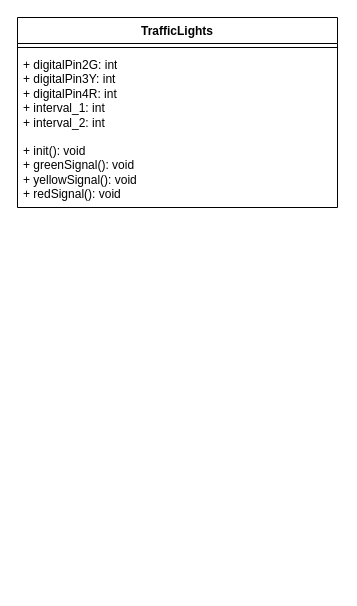
Before: ClassDiagram.drawio in SamRB-dev/Traffic_Light_System, a draw.io diagram. Source tidied: cells renumbered, new cells numbered last; positions are measured from the earlier drawing's top-left corner, leaving out a move shared by most shapes. Both pictures are drawn from the tidied source at 100%, with x=0, y=0 at pixel (17, 17).
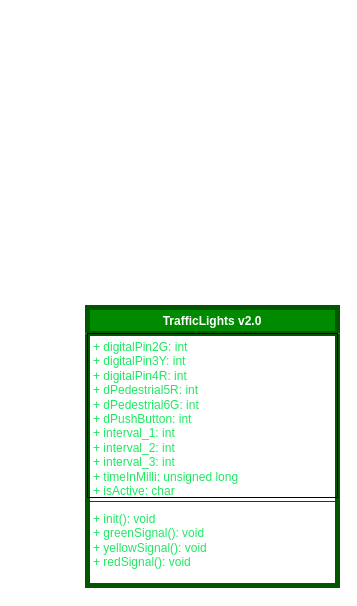
After the change.

Change to the diagram source:
```diff
@@
-<mxGraphModel>
+<mxGraphModel background="#ffffff">
   <root>
     <mxCell id="0" />
     <mxCell id="1" parent="0" />
-    <mxCell id="2" value="TrafficLights" style="swimlane;fontStyle=1;align=center;verticalAlign=top;horizontal=1;startSize=26;whiteSpace=wrap;html=1;" parent="1" vertex="1">
-      <mxGeometry width="320" height="190" as="geometry" />
-    </mxCell>
-    <mxCell id="3" style="line;strokeWidth=1;fillColor=none;align=left;verticalAlign=middle;spacingTop=-1;spacingLeft=3;spacingRight=3;labelPosition=right;strokeColor=inherit;" parent="2" vertex="1">
-      <mxGeometry y="26" width="320" height="8" as="geometry" />
-    </mxCell>
-    <mxCell id="4" value="&lt;div&gt;+ digitalPin2G: int&lt;/div&gt;&lt;div&gt;+ digitalPin3Y: int&lt;/div&gt;&lt;div&gt;+ digitalPin4R: int&lt;/div&gt;&lt;div&gt;+ interval_1: int&lt;/div&gt;&lt;div&gt;+ interval_2: int&lt;br&gt;&lt;/div&gt;&lt;div&gt;&lt;br&gt;&lt;/div&gt;" style="text;strokeColor=none;fillColor=none;align=left;verticalAlign=top;spacingLeft=4;spacingRight=4;overflow=hidden;whiteSpace=wrap;html=1;strokeWidth=5;" parent="2" vertex="1">
-      <mxGeometry y="34" width="320" height="86" as="geometry" />
-    </mxCell>
+    <mxCell id="6" value="&lt;div&gt;TrafficLights v2.0&lt;/div&gt;" style="swimlane;fontStyle=1;align=center;verticalAlign=top;horizontal=1;startSize=26;whiteSpace=wrap;html=1;rounded=0;glass=0;strokeColor=#005700;strokeWidth=5;spacingLeft=4;spacingRight=4;fontFamily=Helvetica;fontSize=12;labelBackgroundColor=none;fillColor=#008a00;fontColor=#ffffff;" parent="1" vertex="1">
+      <mxGeometry x="70" y="290" width="250" height="278" as="geometry" />
+    </mxCell>
+    <mxCell id="7" value="&lt;div&gt;&lt;font style=&quot;--darkreader-inline-color: #35ea71;&quot; color=&quot;#20e863&quot;&gt;+ digitalPin2G: int&lt;/font&gt;&lt;/div&gt;&lt;div&gt;&lt;font style=&quot;--darkreader-inline-color: #35ea71;&quot; color=&quot;#20e863&quot;&gt;+ digitalPin3Y: int&lt;/font&gt;&lt;/div&gt;&lt;div&gt;&lt;font style=&quot;--darkreader-inline-color: #35ea71;&quot; color=&quot;#20e863&quot;&gt;+ digitalPin4R: int&lt;/font&gt;&lt;/div&gt;&lt;div&gt;&lt;font style=&quot;--darkreader-inline-color: #35ea71;&quot; color=&quot;#20e863&quot;&gt;+ dPedestrial5R: int&lt;/font&gt;&lt;/div&gt;&lt;div&gt;&lt;font style=&quot;--darkreader-inline-color: #35ea71;&quot; color=&quot;#20e863&quot;&gt;+ dPedestrial6G: int&lt;/font&gt;&lt;/div&gt;&lt;div&gt;&lt;font style=&quot;--darkreader-inline-color: #35ea71;&quot; color=&quot;#20e863&quot;&gt;+ dPushButton: int&lt;br&gt;&lt;/font&gt;&lt;/div&gt;&lt;div&gt;&lt;font style=&quot;--darkreader-inline-color: #35ea71;&quot; color=&quot;#20e863&quot;&gt;+ interval_1: int&lt;/font&gt;&lt;/div&gt;&lt;div&gt;&lt;font style=&quot;--darkreader-inline-color: #35ea71;&quot; color=&quot;#20e863&quot;&gt;+ interval_2: int&lt;/font&gt;&lt;/div&gt;&lt;div&gt;&lt;font style=&quot;--darkreader-inline-color: #35ea71;&quot; color=&quot;#20e863&quot;&gt;+ interval_3: int&lt;br&gt;&lt;/font&gt;&lt;/div&gt;&lt;div&gt;&lt;font style=&quot;--darkreader-inline-color: #35ea71;&quot; color=&quot;#20e863&quot;&gt;+ timeInMilli: unsigned long&lt;/font&gt;&lt;/div&gt;&lt;div&gt;&lt;font style=&quot;--darkreader-inline-color: #35ea71;&quot; color=&quot;#20e863&quot;&gt;+ isActive: char&lt;br&gt;&lt;/font&gt;&lt;/div&gt;&lt;div&gt;&lt;font style=&quot;--darkreader-inline-color: #35ea71;&quot; color=&quot;#20e863&quot;&gt;&lt;br&gt;&lt;br&gt;&lt;/font&gt;&lt;/div&gt;" style="text;strokeColor=default;fillColor=none;align=left;verticalAlign=top;spacingLeft=4;spacingRight=4;overflow=hidden;whiteSpace=wrap;html=1;fontFamily=Helvetica;fontSize=12;fontColor=default;labelBackgroundColor=none;" parent="6" vertex="1">
+      <mxGeometry y="26" width="250" height="164" as="geometry" />
+    </mxCell>
+    <mxCell id="8" style="line;strokeWidth=1;fillColor=none;align=left;verticalAlign=middle;spacingTop=-1;spacingLeft=3;spacingRight=3;labelPosition=right;strokeColor=inherit;rounded=0;glass=0;fontFamily=Helvetica;fontSize=12;fontColor=default;labelBackgroundColor=default;" parent="6" vertex="1">
+      <mxGeometry y="190" width="250" height="8" as="geometry" />
+    </mxCell>
-    <mxCell id="5" value="&lt;div&gt;+ init(): void&lt;/div&gt;&lt;div&gt;+ greenSignal(): void&lt;/div&gt;&lt;div&gt;+ yellowSignal(): void&lt;/div&gt;&lt;div&gt;+ redSignal(): void&lt;br&gt;&lt;/div&gt;" style="text;strokeColor=none;fillColor=none;align=left;verticalAlign=top;spacingLeft=4;spacingRight=4;overflow=hidden;whiteSpace=wrap;html=1;" parent="2" vertex="1">
-      <mxGeometry y="120" width="320" height="70" as="geometry" />
+    <mxCell id="5" value="&lt;div&gt;&lt;font color=&quot;#20e863&quot; style=&quot;--darkreader-inline-color: #35ea71;&quot;&gt;+ init(): void&lt;/font&gt;&lt;/div&gt;&lt;div&gt;&lt;font color=&quot;#20e863&quot; style=&quot;--darkreader-inline-color: #35ea71;&quot;&gt;+ greenSignal(): void&lt;/font&gt;&lt;/div&gt;&lt;div&gt;&lt;font color=&quot;#20e863&quot; style=&quot;--darkreader-inline-color: #35ea71;&quot;&gt;+ yellowSignal(): void&lt;/font&gt;&lt;/div&gt;&lt;div&gt;&lt;font color=&quot;#20e863&quot; style=&quot;--darkreader-inline-color: #35ea71;&quot;&gt;+ redSignal(): void&lt;br&gt;&lt;/font&gt;&lt;/div&gt;" style="text;strokeColor=none;fillColor=none;align=left;verticalAlign=top;spacingLeft=4;spacingRight=4;overflow=hidden;whiteSpace=wrap;html=1;fontFamily=Helvetica;fontSize=12;fontColor=default;labelBackgroundColor=none;" parent="6" vertex="1">
+      <mxGeometry y="198" width="250" height="80" as="geometry" />
     </mxCell>
   </root>
 </mxGraphModel>
```
